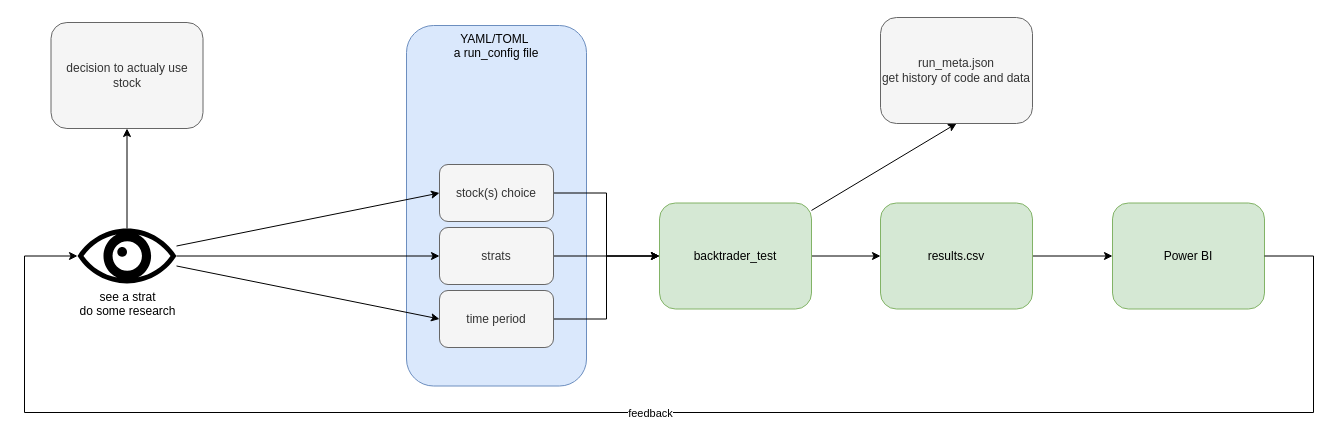
This is page "Page-1" (1 of 4) of Informations.drawio from sh4r-KO/special-tribble, a draw.io file, before an edit. Source tidied: cells renumbered, new cells numbered last; positions are measured from the earlier drawing's top-left corner, leaving out a move shared by most shapes. Both pictures are drawn from the tidied source at 100%, with x=0, y=0 at pixel (24, 17).
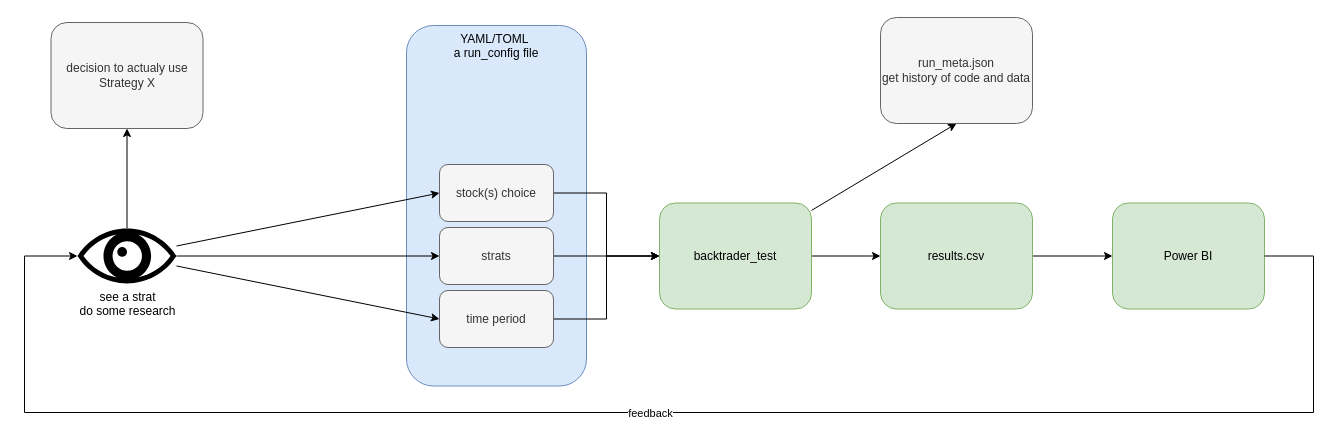
Above is the later version.

Diff of the diagram source:
```diff
@@
-    <mxCell id="22" value="decision to actualy use stock" style="rounded=1;whiteSpace=wrap;html=1;fillColor=#f5f5f5;fontColor=#333333;strokeColor=#666666;" parent="1" vertex="1">
+    <mxCell id="22" value="decision to actualy use Strategy X" style="rounded=1;whiteSpace=wrap;html=1;fillColor=#f5f5f5;fontColor=#333333;strokeColor=#666666;" parent="1" vertex="1">
       <mxGeometry x="26.5" y="5" width="152" height="106" as="geometry" />
     </mxCell>
```
